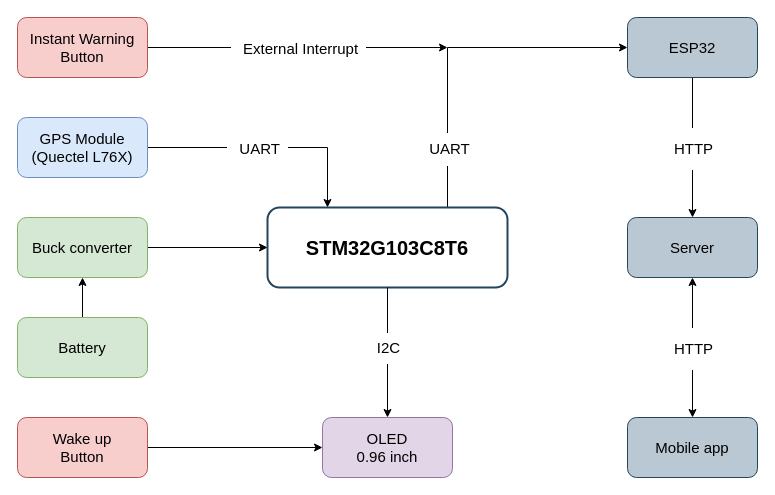
Above: GPS-device-block-diagram.drawio in lukas0173/Draw.io (draw.io), before the change. Source tidied: cells renumbered, new cells numbered last; positions are measured from the earlier drawing's top-left corner, leaving out a move shared by most shapes. Both pictures are drawn from the tidied source at 100%, with x=0, y=0 at pixel (17, 17).
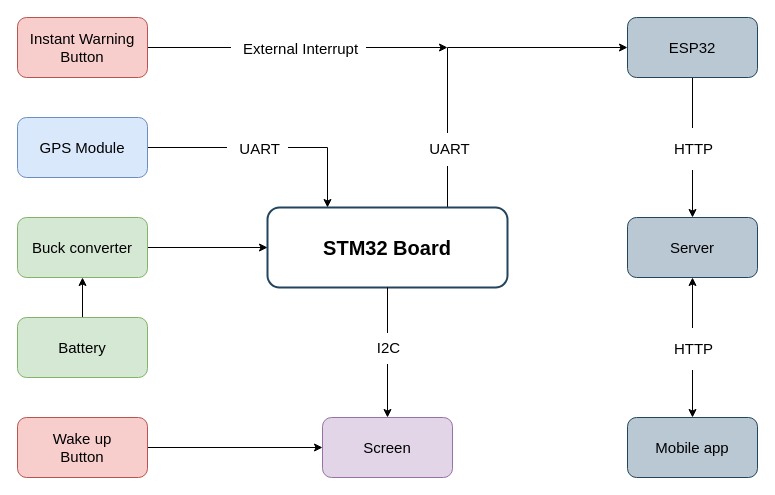
After the change.

The edit, as a diff of the source:
```diff
@@
-    <mxCell id="4" value="&lt;b&gt;&lt;font style=&quot;font-size: 20px;&quot;&gt;STM32G103C8T6&lt;/font&gt;&lt;/b&gt;" style="rounded=1;whiteSpace=wrap;html=1;strokeWidth=2;fillColor=none;strokeColor=#23445d;" parent="1" vertex="1">
+    <mxCell id="4" value="&lt;font style=&quot;font-size: 20px;&quot;&gt;&lt;b&gt;STM32 Board&lt;/b&gt;&lt;br&gt;&lt;/font&gt;" style="rounded=1;whiteSpace=wrap;html=1;strokeWidth=2;fillColor=none;strokeColor=#23445d;" parent="1" vertex="1">
       <mxGeometry x="250" y="190" width="240" height="80" as="geometry" />
     </mxCell>
@@
-    <mxCell id="7" value="&lt;div style=&quot;font-size: 15px;&quot;&gt;GPS Module&lt;/div&gt;&lt;div style=&quot;font-size: 15px;&quot;&gt;(Quectel L76X)&lt;br style=&quot;font-size: 15px;&quot;&gt;&lt;/div&gt;" style="rounded=1;whiteSpace=wrap;html=1;fontSize=15;fillColor=#dae8fc;strokeColor=#6c8ebf;" parent="1" vertex="1">
+    <mxCell id="7" value="&lt;div style=&quot;font-size: 15px;&quot;&gt;GPS Module&lt;/div&gt;" style="rounded=1;whiteSpace=wrap;html=1;fontSize=15;fillColor=#dae8fc;strokeColor=#6c8ebf;" parent="1" vertex="1">
       <mxGeometry y="100" width="130" height="60" as="geometry" />
     </mxCell>
@@
-    <mxCell id="26" value="&lt;div&gt;OLED&lt;/div&gt;&lt;div&gt;0.96 inch&lt;br&gt;&lt;/div&gt;" style="rounded=1;whiteSpace=wrap;html=1;fontSize=15;fillColor=#e1d5e7;strokeColor=#9673a6;" parent="1" vertex="1">
+    <mxCell id="26" value="Screen" style="rounded=1;whiteSpace=wrap;html=1;fontSize=15;fillColor=#e1d5e7;strokeColor=#9673a6;" parent="1" vertex="1">
       <mxGeometry x="305" y="400" width="130" height="60" as="geometry" />
     </mxCell>
```
